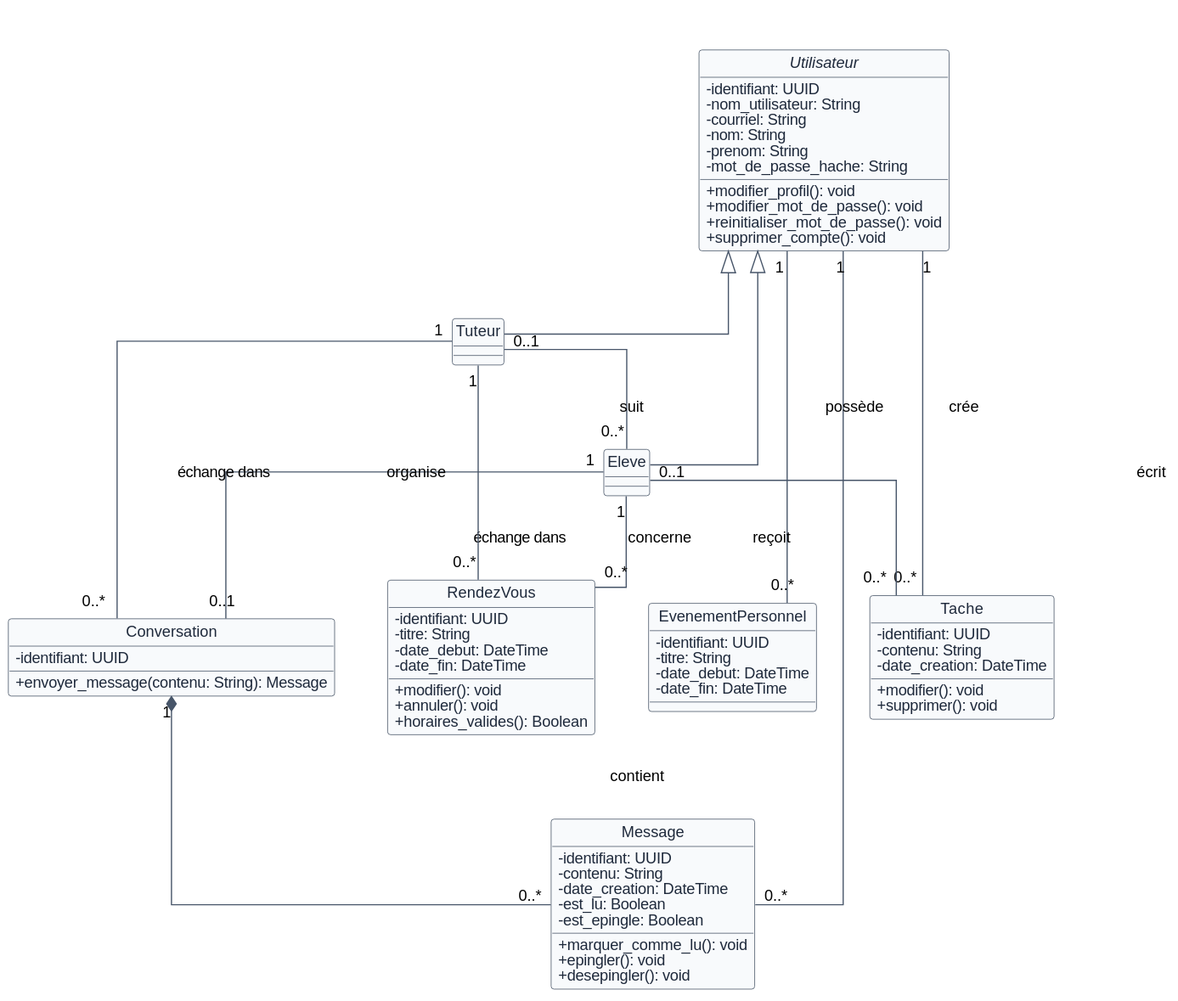
Before: docs/06-modelisation-uml/export/diagramme-classes-homeskolar-valide.svg, a diagram exported from PlantUML (fabienhummel/OC-PY03). Its source is kept beside it as docs/06-modelisation-uml/source/diagramme-classes-homeskolar-valide.puml.
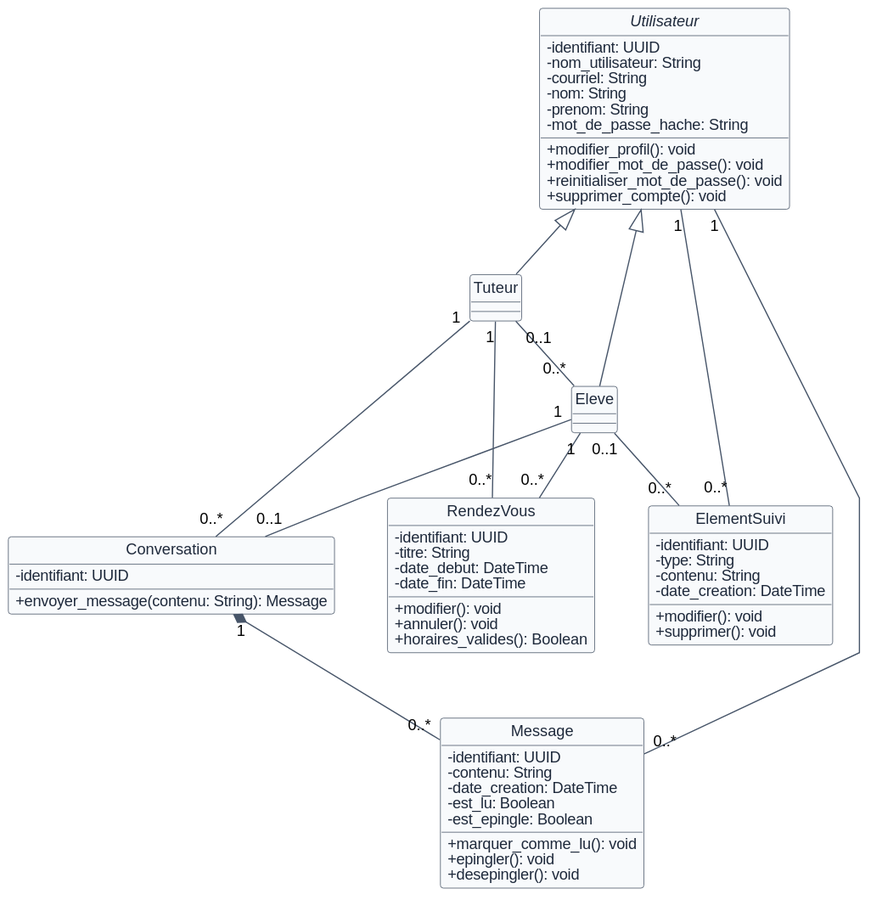
Above is the later version.

Commit message:
docs: finaliser les livrables HomeSkolar

What changed in the source:
```diff
@@ -4,7 +4,7 @@
 hide circle
 skinparam backgroundColor #FFFFFF
 skinparam shadowing false
-skinparam linetype ortho
+skinparam linetype polyline
 skinparam nodesep 45
 skinparam ranksep 55
 skinparam classAttributeIconSize 0
@@ -58,15 +58,9 @@
   + horaires_valides(): Boolean
 }
 
-class EvenementPersonnel {
+class ElementSuivi {
   - identifiant: UUID
-  - titre: String
-  - date_debut: DateTime
-  - date_fin: DateTime
-}
-
-class Tache {
-  - identifiant: UUID
+  - type: String
   - contenu: String
   - date_creation: DateTime
   + modifier(): void
@@ -76,19 +70,17 @@
 Utilisateur <|-- Eleve
 Utilisateur <|-- Tuteur
 
-Tuteur "0..1" -- "0..*" Eleve : suit
-Eleve "1" -- "0..1" Conversation : échange dans
-Tuteur "1" -- "0..*" Conversation : échange dans
-Conversation "1" *-- "0..*" Message : contient
-Utilisateur "1" -- "0..*" Message : écrit
-Tuteur "1" -- "0..*" RendezVous : organise
-Eleve "1" -- "0..*" RendezVous : concerne
-Utilisateur "1" -- "0..*" EvenementPersonnel : possède
-Utilisateur "1" -- "0..*" Tache : crée
-Eleve "0..1" -- "0..*" Tache : reçoit
+Tuteur "0..1" -- "0..*" Eleve
+Eleve "1" -- "0..1" Conversation
+Tuteur "1" -- "0..*" Conversation
+Conversation "1" *-- "0..*" Message
+Utilisateur "1" -- "0..*" Message
+Tuteur "1" -- "0..*" RendezVous
+Eleve "1" -- "0..*" RendezVous
+Utilisateur "1" -- "0..*" ElementSuivi
+Eleve "0..1" -- "0..*" ElementSuivi
 
 Conversation -[hidden]right- RendezVous
-RendezVous -[hidden]right- EvenementPersonnel
-EvenementPersonnel -[hidden]right- Tache
+RendezVous -[hidden]right- ElementSuivi
 
 @enduml
```
